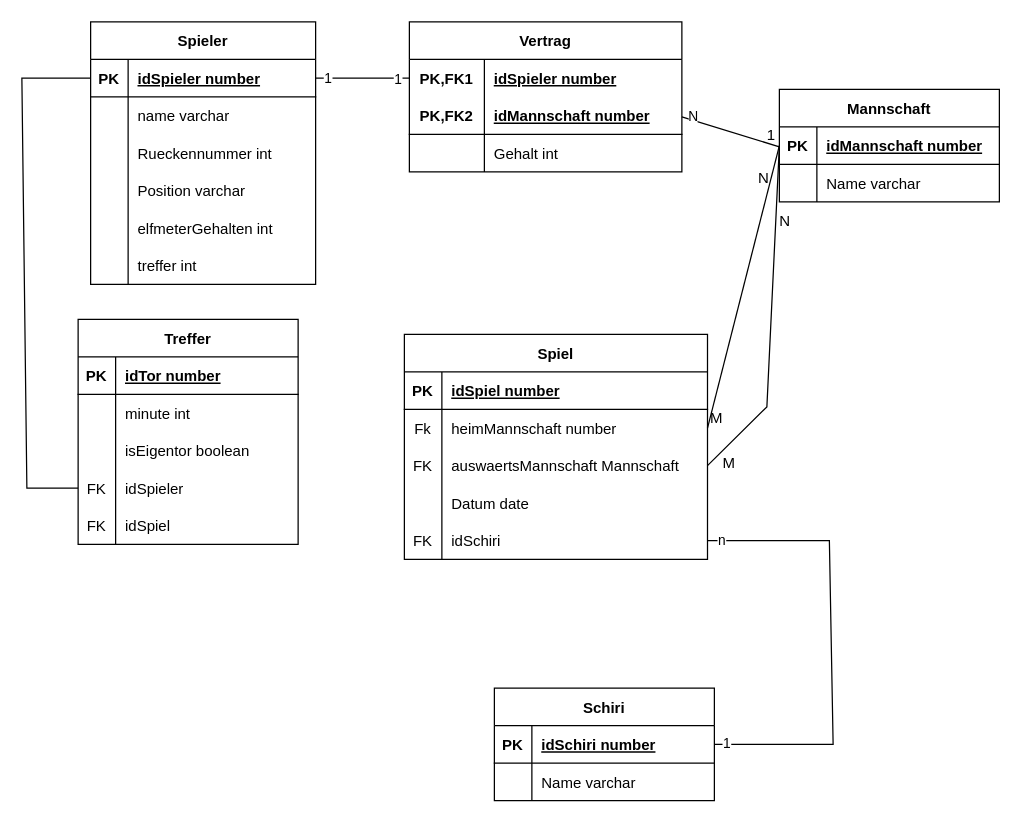
The draw.io diagram Datenmodell.drawio in lukas-rdtk/fussball-kunnert, before the edit. Source tidied: cells renumbered, new cells numbered last; positions are measured from the earlier drawing's top-left corner, leaving out a move shared by most shapes. Both pictures are drawn from the tidied source at 125%, with x=0, y=0 at pixel (21, 21).
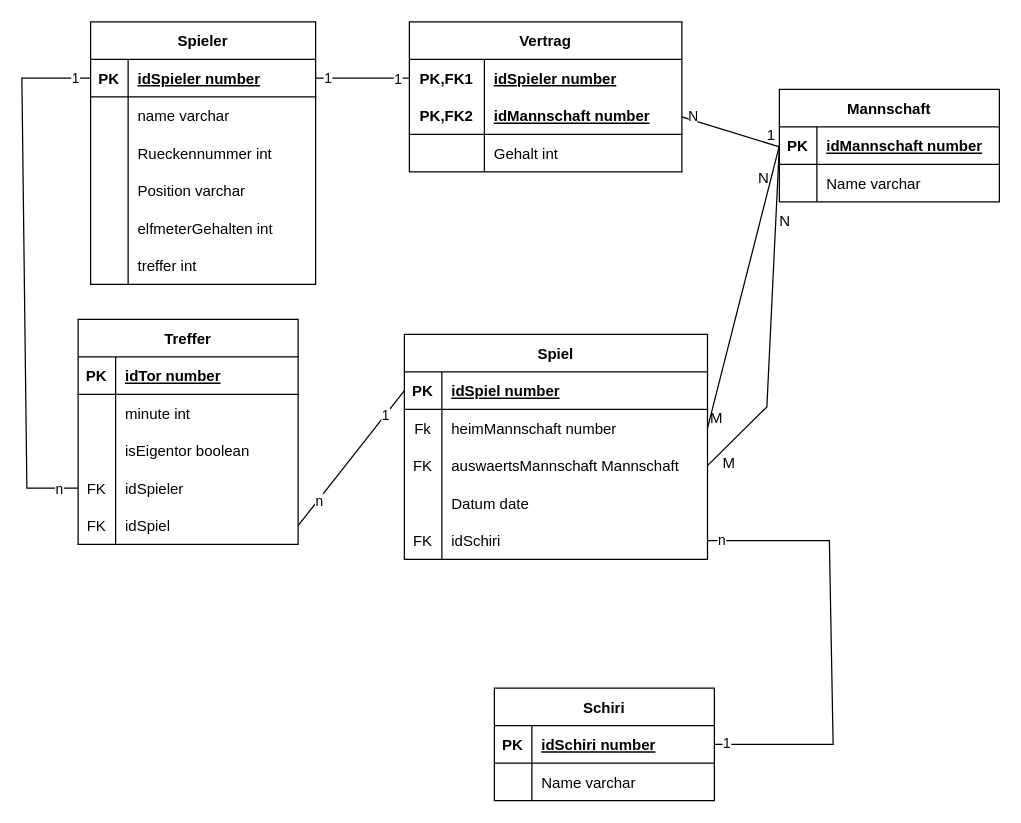
After the change.

Commit message:
Datenmodell.drawio Kardinalitäten aktualisiert

The change refers to these unchanged cells:
```xml
<mxCell id="36" style="shape=tableRow;horizontal=0;startSize=0;swimlaneHead=0;swimlaneBody=0;fillColor=none;points=[[0,0.5],[1,0.5]];portConstraint=eastwest;top=0;left=0;right=0;bottom=1;" parent="35" vertex="1">
  <mxGeometry y="30" width="242.5" height="30" as="geometry" />
</mxCell>
<mxCell id="64" style="shape=tableRow;horizontal=0;startSize=0;swimlaneHead=0;swimlaneBody=0;fillColor=none;points=[[0,0.5],[1,0.5]];portConstraint=eastwest;top=0;left=0;right=0;bottom=0;" parent="51" vertex="1">
  <mxGeometry y="150" width="176" height="30" as="geometry" />
</mxCell>
<mxCell id="92" style="endArrow=none;html=1;rounded=0;entryX=0;entryY=0.5;entryDx=0;entryDy=0;exitX=0;exitY=0.5;exitDx=0;exitDy=0;" parent="1" edge="1" source="3" target="61">
  <mxGeometry relative="1" as="geometry">
    <Array as="points">
      <mxPoint y="45" />
      <mxPoint x="4" y="373" />
    </Array>
  </mxGeometry>
</mxCell>
```

What changed in the source:
```diff
@@
+    <mxCell id="93" value="1" style="edgeLabel;html=1;align=center;verticalAlign=middle;" parent="92" vertex="1">
+      <mxGeometry x="-0.94" y="-1" relative="1" as="geometry" />
+    </mxCell>
+    <mxCell id="94" value="n" style="edgeLabel;html=1;align=center;verticalAlign=middle;" parent="92" vertex="1">
+      <mxGeometry x="0.93" relative="1" as="geometry" />
+    </mxCell>
+    <mxCell id="95" style="endArrow=none;html=1;rounded=0;exitX=1;exitY=0.5;exitDx=0;exitDy=0;entryX=0;entryY=0.5;entryDx=0;entryDy=0;" parent="1" edge="1" source="64" target="36">
+      <mxGeometry relative="1" as="geometry" />
+    </mxCell>
+    <mxCell id="96" value="n" style="edgeLabel;html=1;align=center;verticalAlign=middle;" parent="95" vertex="1">
+      <mxGeometry x="-0.64" y="-1" relative="1" as="geometry" />
+    </mxCell>
+    <mxCell id="97" value="1" style="edgeLabel;html=1;align=center;verticalAlign=middle;" parent="95" vertex="1">
+      <mxGeometry x="0.64" relative="1" as="geometry" />
+    </mxCell>
```
